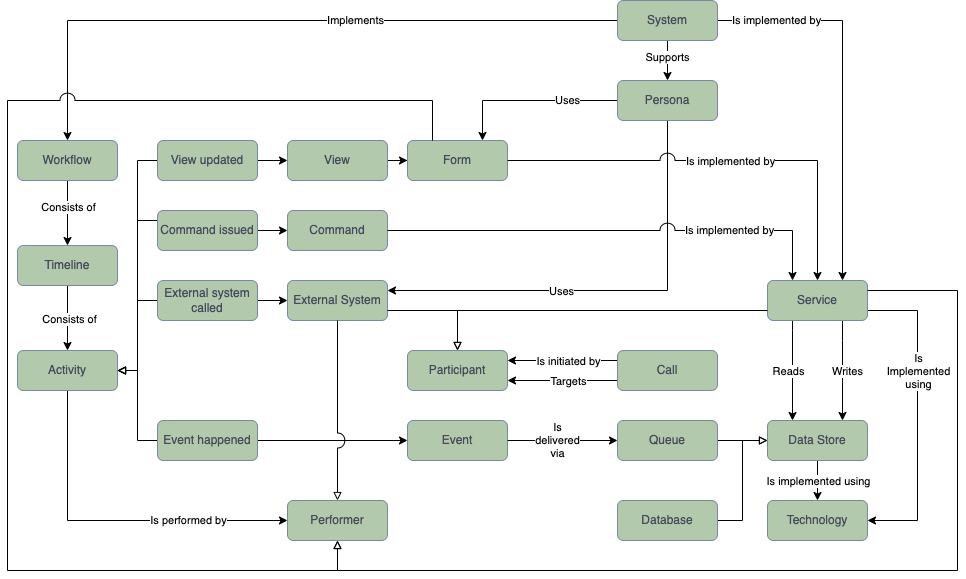
RaySinnema/architecture-diagrams keeps this draw.io diagram as model/model.png. Above is the earlier version. Source tidied: cells renumbered, new cells last; positions are measured from the earlier drawing's top-left corner, leaving out a move shared by most shapes.
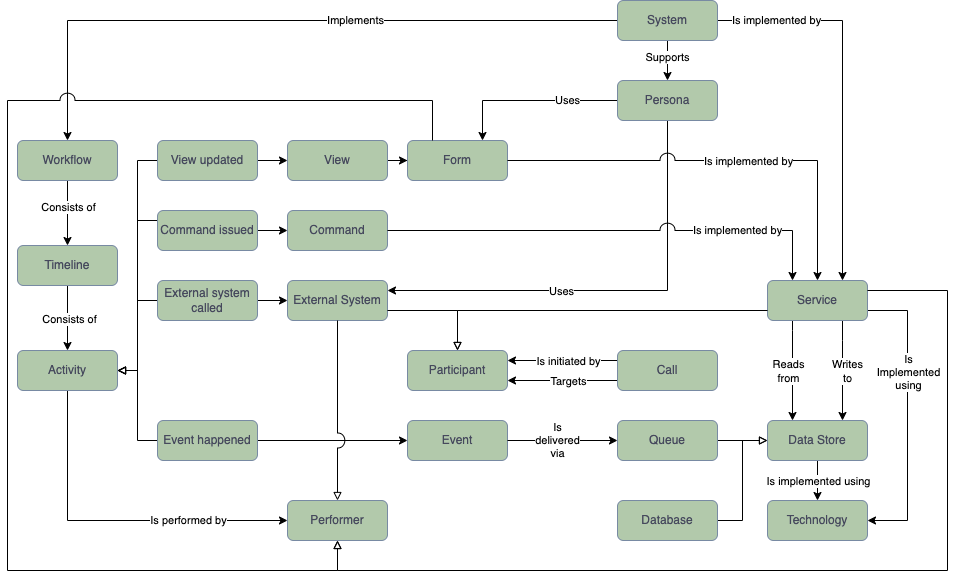
After the change.

Commit message:
Improve layout

What changed in the source:
```diff
@@ -43,7 +43,7 @@
         </Array>
       </mxGeometry>
     </mxCell>
-    <mxCell id="11" value="Writes" style="edgeLabel;html=1;align=center;verticalAlign=middle;" parent="10" vertex="1">
+    <mxCell id="11" value="Writes&lt;br&gt;to" style="edgeLabel;html=1;align=center;verticalAlign=middle;" parent="10" vertex="1">
       <mxGeometry x="0.53" y="1" relative="1" as="geometry">
         <mxPoint x="3" y="-27" as="offset" />
       </mxGeometry>
@@ -56,7 +56,7 @@
         </Array>
       </mxGeometry>
     </mxCell>
-    <mxCell id="13" value="Reads" style="edgeLabel;html=1;align=center;verticalAlign=middle;" parent="12" vertex="1">
+    <mxCell id="13" value="Reads&lt;br&gt;from" style="edgeLabel;html=1;align=center;verticalAlign=middle;" parent="12" vertex="1">
       <mxGeometry x="0.6" y="-1" relative="1" as="geometry">
         <mxPoint x="-4" y="-30" as="offset" />
       </mxGeometry>
@@ -64,8 +64,8 @@
     <mxCell id="14" style="edgeStyle=orthogonalEdgeStyle;rounded=0;jettySize=auto;html=1;exitX=1;exitY=0.75;exitDx=0;exitDy=0;entryX=1;entryY=0.5;entryDx=0;entryDy=0;endArrow=classic;endFill=1;" parent="1" edge="1" source="16" target="37">
       <mxGeometry relative="1" as="geometry">
         <Array as="points">
-          <mxPoint x="910" y="310" />
-          <mxPoint x="910" y="520" />
+          <mxPoint x="900" y="310" />
+          <mxPoint x="900" y="520" />
         </Array>
       </mxGeometry>
     </mxCell>
@@ -225,8 +225,8 @@
     <mxCell id="58" style="edgeStyle=orthogonalEdgeStyle;rounded=0;jettySize=auto;html=1;exitX=1;exitY=0.25;exitDx=0;exitDy=0;endArrow=block;endFill=0;jumpStyle=arc;jumpSize=15;entryX=0.5;entryY=1;entryDx=0;entryDy=0;" parent="1" edge="1" source="16" target="50">
       <mxGeometry relative="1" as="geometry">
         <Array as="points">
-          <mxPoint x="950" y="290" />
-          <mxPoint x="950" y="570" />
+          <mxPoint x="940" y="290" />
+          <mxPoint x="940" y="570" />
           <mxPoint x="330" y="570" />
         </Array>
       </mxGeometry>
@@ -268,7 +268,7 @@
       </mxGeometry>
     </mxCell>
     <mxCell id="64" value="Is implemented by" style="edgeStyle=orthogonalEdgeStyle;rounded=0;jettySize=auto;html=1;exitX=1;exitY=0.5;exitDx=0;exitDy=0;entryX=0.25;entryY=0;entryDx=0;entryDy=0;endArrow=classic;endFill=1;jumpStyle=arc;jumpSize=15;" parent="1" edge="1" source="2" target="16">
-      <mxGeometry x="0.51" relative="1" as="geometry">
+      <mxGeometry x="0.54" relative="1" as="geometry">
         <Array as="points">
           <mxPoint x="785" y="230" />
         </Array>
@@ -279,7 +279,7 @@
     </mxCell>
     <mxCell id="66" value="Is implemented by" style="edgeLabel;html=1;align=center;verticalAlign=middle;" parent="65" vertex="1">
       <mxGeometry x="-0.16" relative="1" as="geometry">
-        <mxPoint x="41" as="offset" />
+        <mxPoint x="59" as="offset" />
       </mxGeometry>
     </mxCell>
   </root>
```
